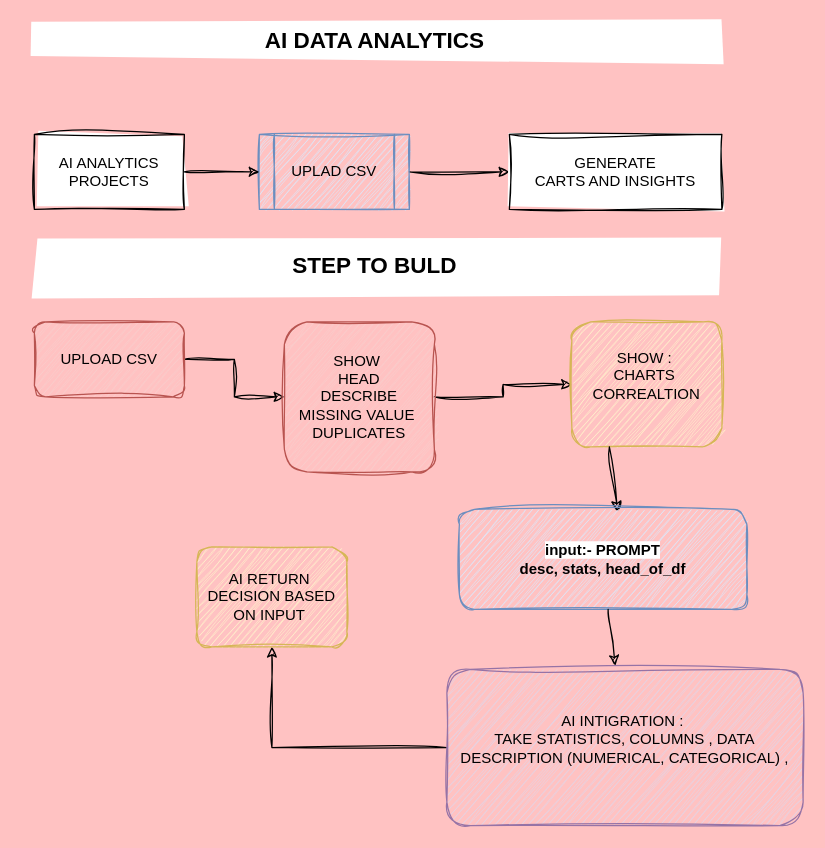
This is workflow/Untitled Diagram.drawio from jrDhiraj/RAG_AI_ANALYTICS, a draw.io file, before an edit. Source tidied: cells renumbered, new cells numbered last; positions are measured from the earlier drawing's top-left corner, leaving out a move shared by most shapes. Both pictures are drawn from the tidied source at 125%, with x=0, y=0 at pixel (34, 21).
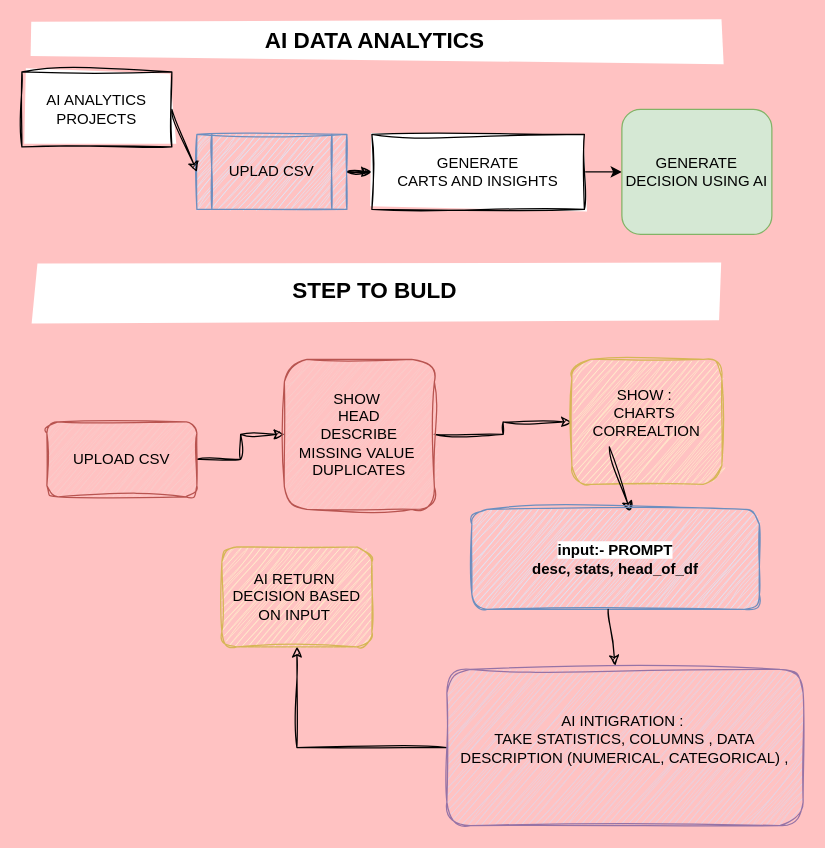
The same page after the edit.

The edit, as a diff of the source:
```diff
@@
     <mxCell id="2" value="AI ANALYTICS PROJECTS" style="rounded=0;whiteSpace=wrap;html=1;sketch=1;curveFitting=1;jiggle=2;" parent="1" vertex="1">
-      <mxGeometry y="90" width="120" height="60" as="geometry" />
+      <mxGeometry x="-10" y="40" width="120" height="60" as="geometry" />
     </mxCell>
@@
     <mxCell id="4" value="UPLAD CSV" style="shape=process;whiteSpace=wrap;html=1;backgroundOutline=1;fillColor=#dae8fc;strokeColor=#6c8ebf;sketch=1;curveFitting=1;jiggle=2;" parent="1" vertex="1">
-      <mxGeometry x="180" y="90" width="120" height="60" as="geometry" />
+      <mxGeometry x="130" y="90" width="120" height="60" as="geometry" />
     </mxCell>
@@
+    <mxCell id="20" style="edgeStyle=none;html=1;exitX=1;exitY=0.5;exitDx=0;exitDy=0;shadow=0;" parent="1" edge="1" source="6" target="21">
+      <mxGeometry relative="1" as="geometry" />
+    </mxCell>
     <mxCell id="6" value="GENERATE&lt;div&gt;CARTS AND INSIGHTS&lt;/div&gt;" style="whiteSpace=wrap;html=1;sketch=1;curveFitting=1;jiggle=2;" parent="1" vertex="1">
-      <mxGeometry x="380" y="90" width="170" height="60" as="geometry" />
+      <mxGeometry x="270" y="90" width="170" height="60" as="geometry" />
     </mxCell>
     <mxCell id="7" value="&lt;b&gt;&lt;sub&gt;&lt;font style=&quot;font-size: 18px;&quot;&gt;STEP TO BULD&amp;nbsp;&lt;/font&gt;&lt;/sub&gt;&lt;/b&gt;" style="text;html=1;whiteSpace=wrap;strokeColor=none;fillColor=default;align=center;verticalAlign=middle;rounded=0;sketch=1;curveFitting=1;jiggle=2;" parent="1" vertex="1">
-      <mxGeometry y="170" width="550" height="50" as="geometry" />
+      <mxGeometry y="190" width="550" height="50" as="geometry" />
     </mxCell>
@@
     <mxCell id="10" value="UPLOAD CSV" style="rounded=1;whiteSpace=wrap;html=1;fillColor=#f8cecc;strokeColor=#b85450;sketch=1;curveFitting=1;jiggle=2;" parent="1" vertex="1">
-      <mxGeometry y="240" width="120" height="60" as="geometry" />
+      <mxGeometry x="10" y="320" width="120" height="60" as="geometry" />
     </mxCell>
@@
     <mxCell id="12" value="&lt;div&gt;SHOW&amp;nbsp;&lt;/div&gt;&lt;div&gt;HEAD&lt;/div&gt;&lt;div&gt;DESCRIBE&lt;/div&gt;&lt;div&gt;MISSING VALUE&amp;nbsp;&lt;/div&gt;&lt;div&gt;DUPLICATES&lt;/div&gt;" style="whiteSpace=wrap;html=1;rounded=1;fillColor=#f8cecc;strokeColor=#b85450;gradientColor=none;sketch=1;curveFitting=1;jiggle=2;" parent="1" vertex="1">
-      <mxGeometry x="200" y="240" width="120" height="120" as="geometry" />
+      <mxGeometry x="200" y="270" width="120" height="120" as="geometry" />
     </mxCell>
     <mxCell id="13" value="SHOW :&amp;nbsp;&lt;div&gt;CHARTS&amp;nbsp;&lt;/div&gt;&lt;div&gt;CORREALTION&lt;/div&gt;&lt;div&gt;&lt;br&gt;&lt;/div&gt;" style="rounded=1;whiteSpace=wrap;html=1;fillColor=#fff2cc;strokeColor=#d6b656;sketch=1;curveFitting=1;jiggle=2;" parent="1" vertex="1">
-      <mxGeometry x="430" y="240" width="120" height="100" as="geometry" />
+      <mxGeometry x="430" y="270" width="120" height="100" as="geometry" />
     </mxCell>
@@
     <mxCell id="17" value="AI RETURN&amp;nbsp;&lt;div&gt;DECISION BASED ON INPUT&amp;nbsp;&lt;/div&gt;" style="whiteSpace=wrap;html=1;rounded=1;fillColor=#fff2cc;strokeColor=#d6b656;sketch=1;curveFitting=1;jiggle=2;" parent="1" vertex="1">
-      <mxGeometry x="130" y="420" width="120" height="80" as="geometry" />
+      <mxGeometry x="150" y="420" width="120" height="80" as="geometry" />
     </mxCell>
     <mxCell id="18" value="&lt;b style=&quot;background-color: light-dark(#ffffff, var(--ge-dark-color, #121212));&quot;&gt;input:- PROMPT&lt;/b&gt;&lt;div&gt;&lt;b&gt;desc, stats, head_of_df&lt;/b&gt;&lt;/div&gt;" style="rounded=1;whiteSpace=wrap;html=1;fillColor=#dae8fc;strokeColor=#6c8ebf;sketch=1;curveFitting=1;jiggle=2;glass=0;shadow=0;align=center;" parent="1" vertex="1">
-      <mxGeometry x="340" y="390" width="230" height="80" as="geometry" />
+      <mxGeometry x="350" y="390" width="230" height="80" as="geometry" />
     </mxCell>
@@
+    <mxCell id="21" value="GENERATE DECISION USING AI" style="rounded=1;whiteSpace=wrap;html=1;fillColor=#d5e8d4;strokeColor=#82b366;" parent="1" vertex="1">
+      <mxGeometry x="470" y="70" width="120" height="100" as="geometry" />
+    </mxCell>
```
